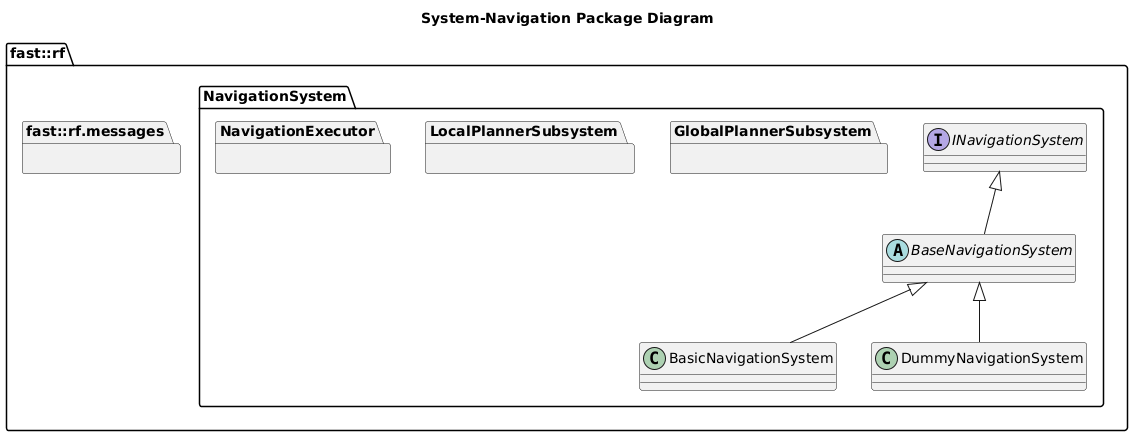
This is Systems/Navigation/doc/puml/SystemNavigationPackageDiagram.png from fastrobotics/robot_framework, a PlantUML export, as it was before one commit.
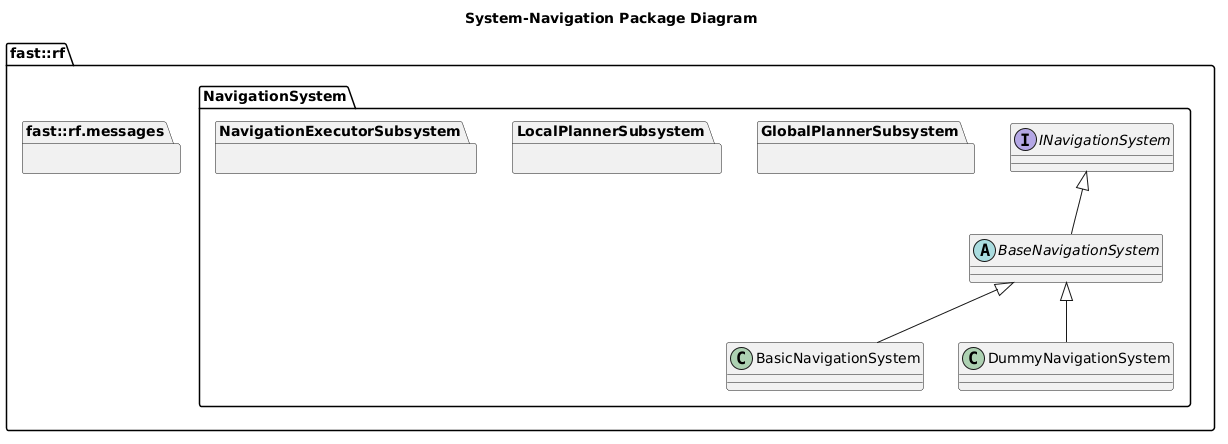
After the commit.

Change to the diagram source:
```diff
@@ -22,7 +22,7 @@
     package LocalPlannerSubsystem {
 
     }
-    package NavigationExecutor {
+    package NavigationExecutorSubsystem {
 
     }
   }
```
